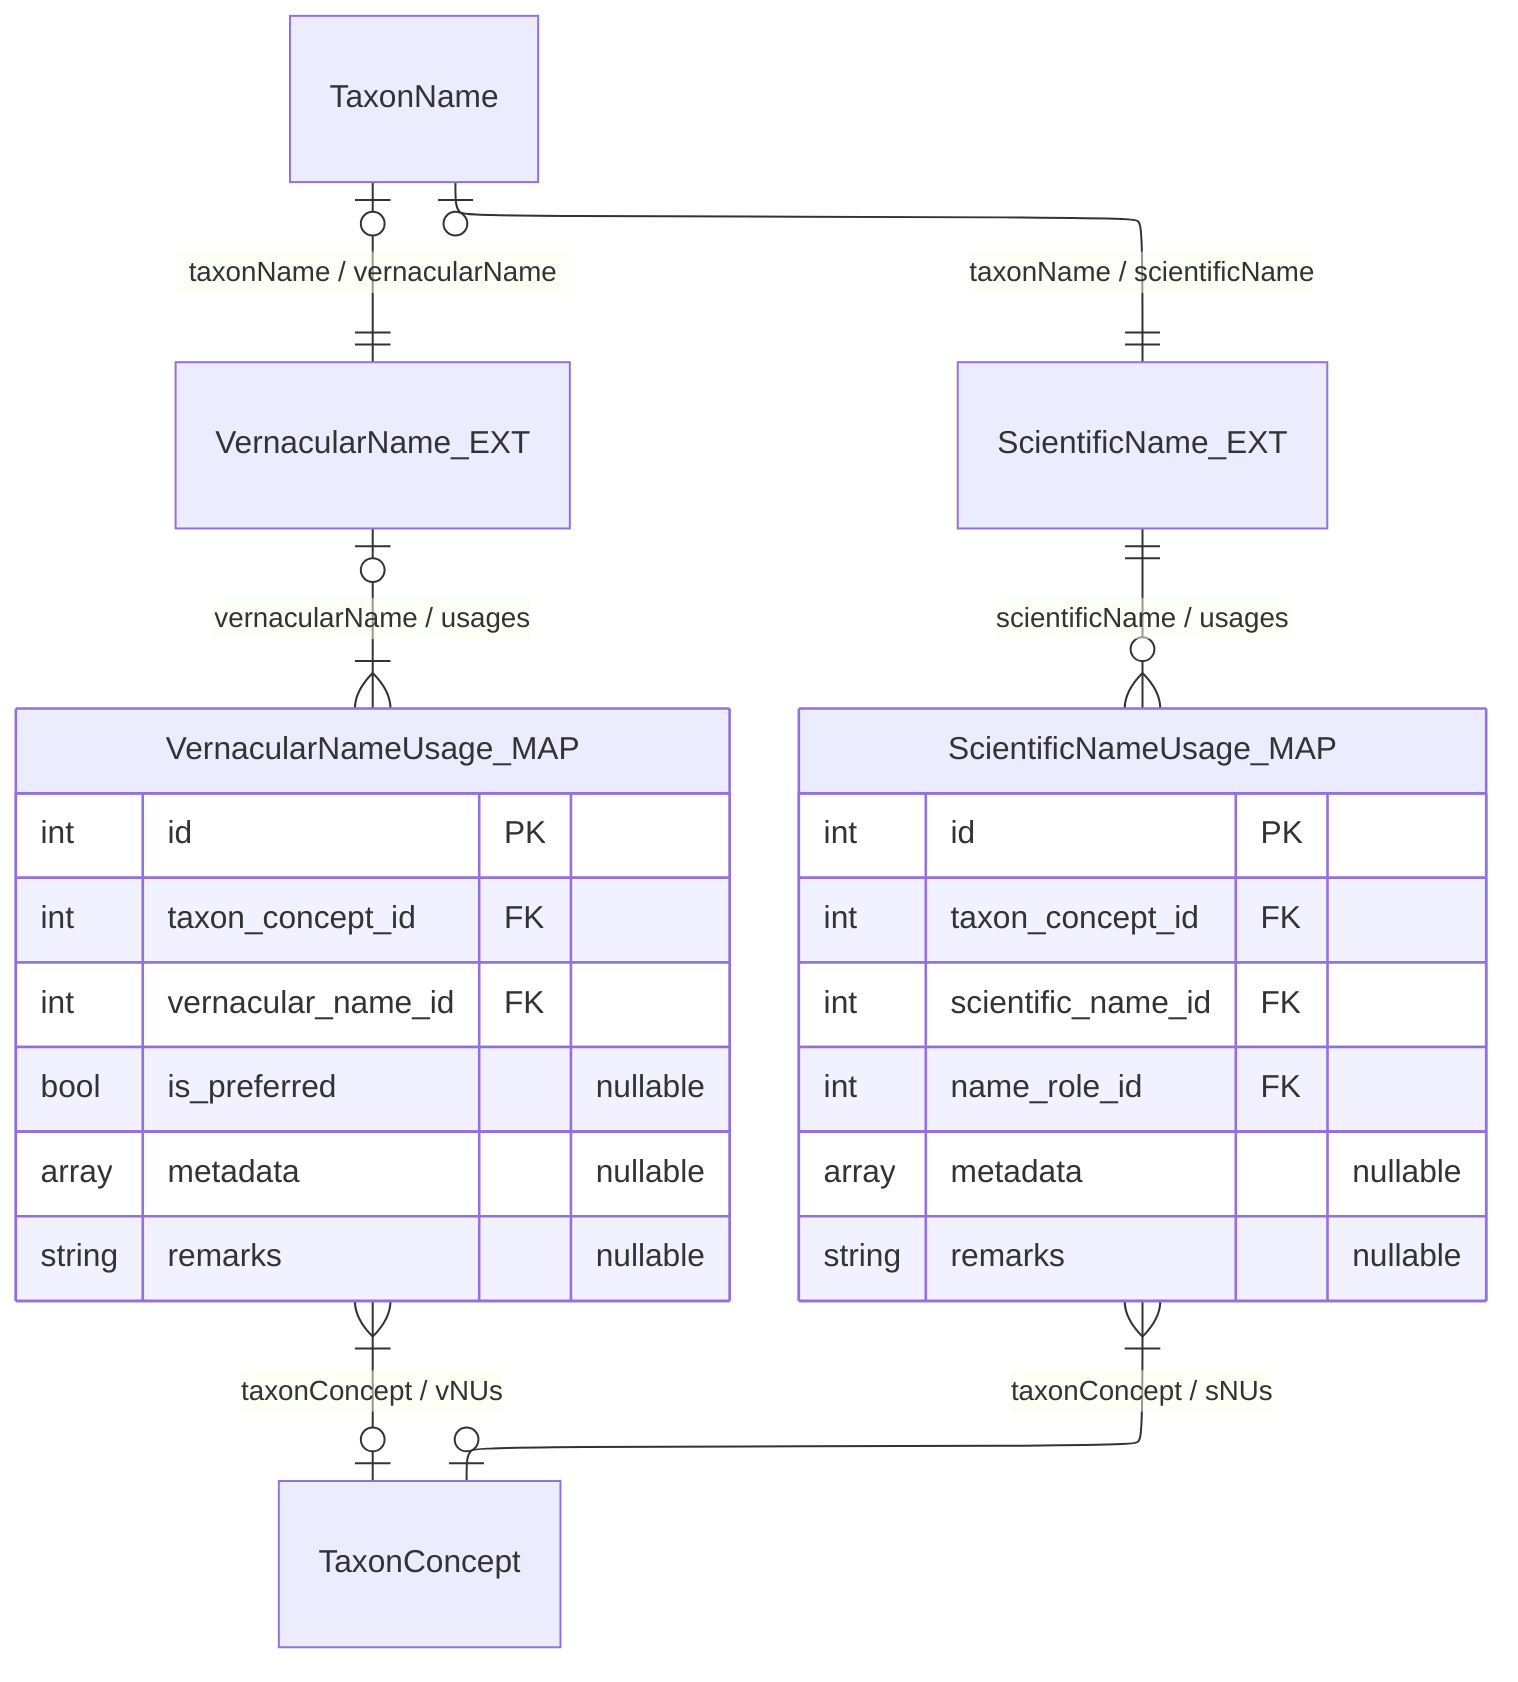
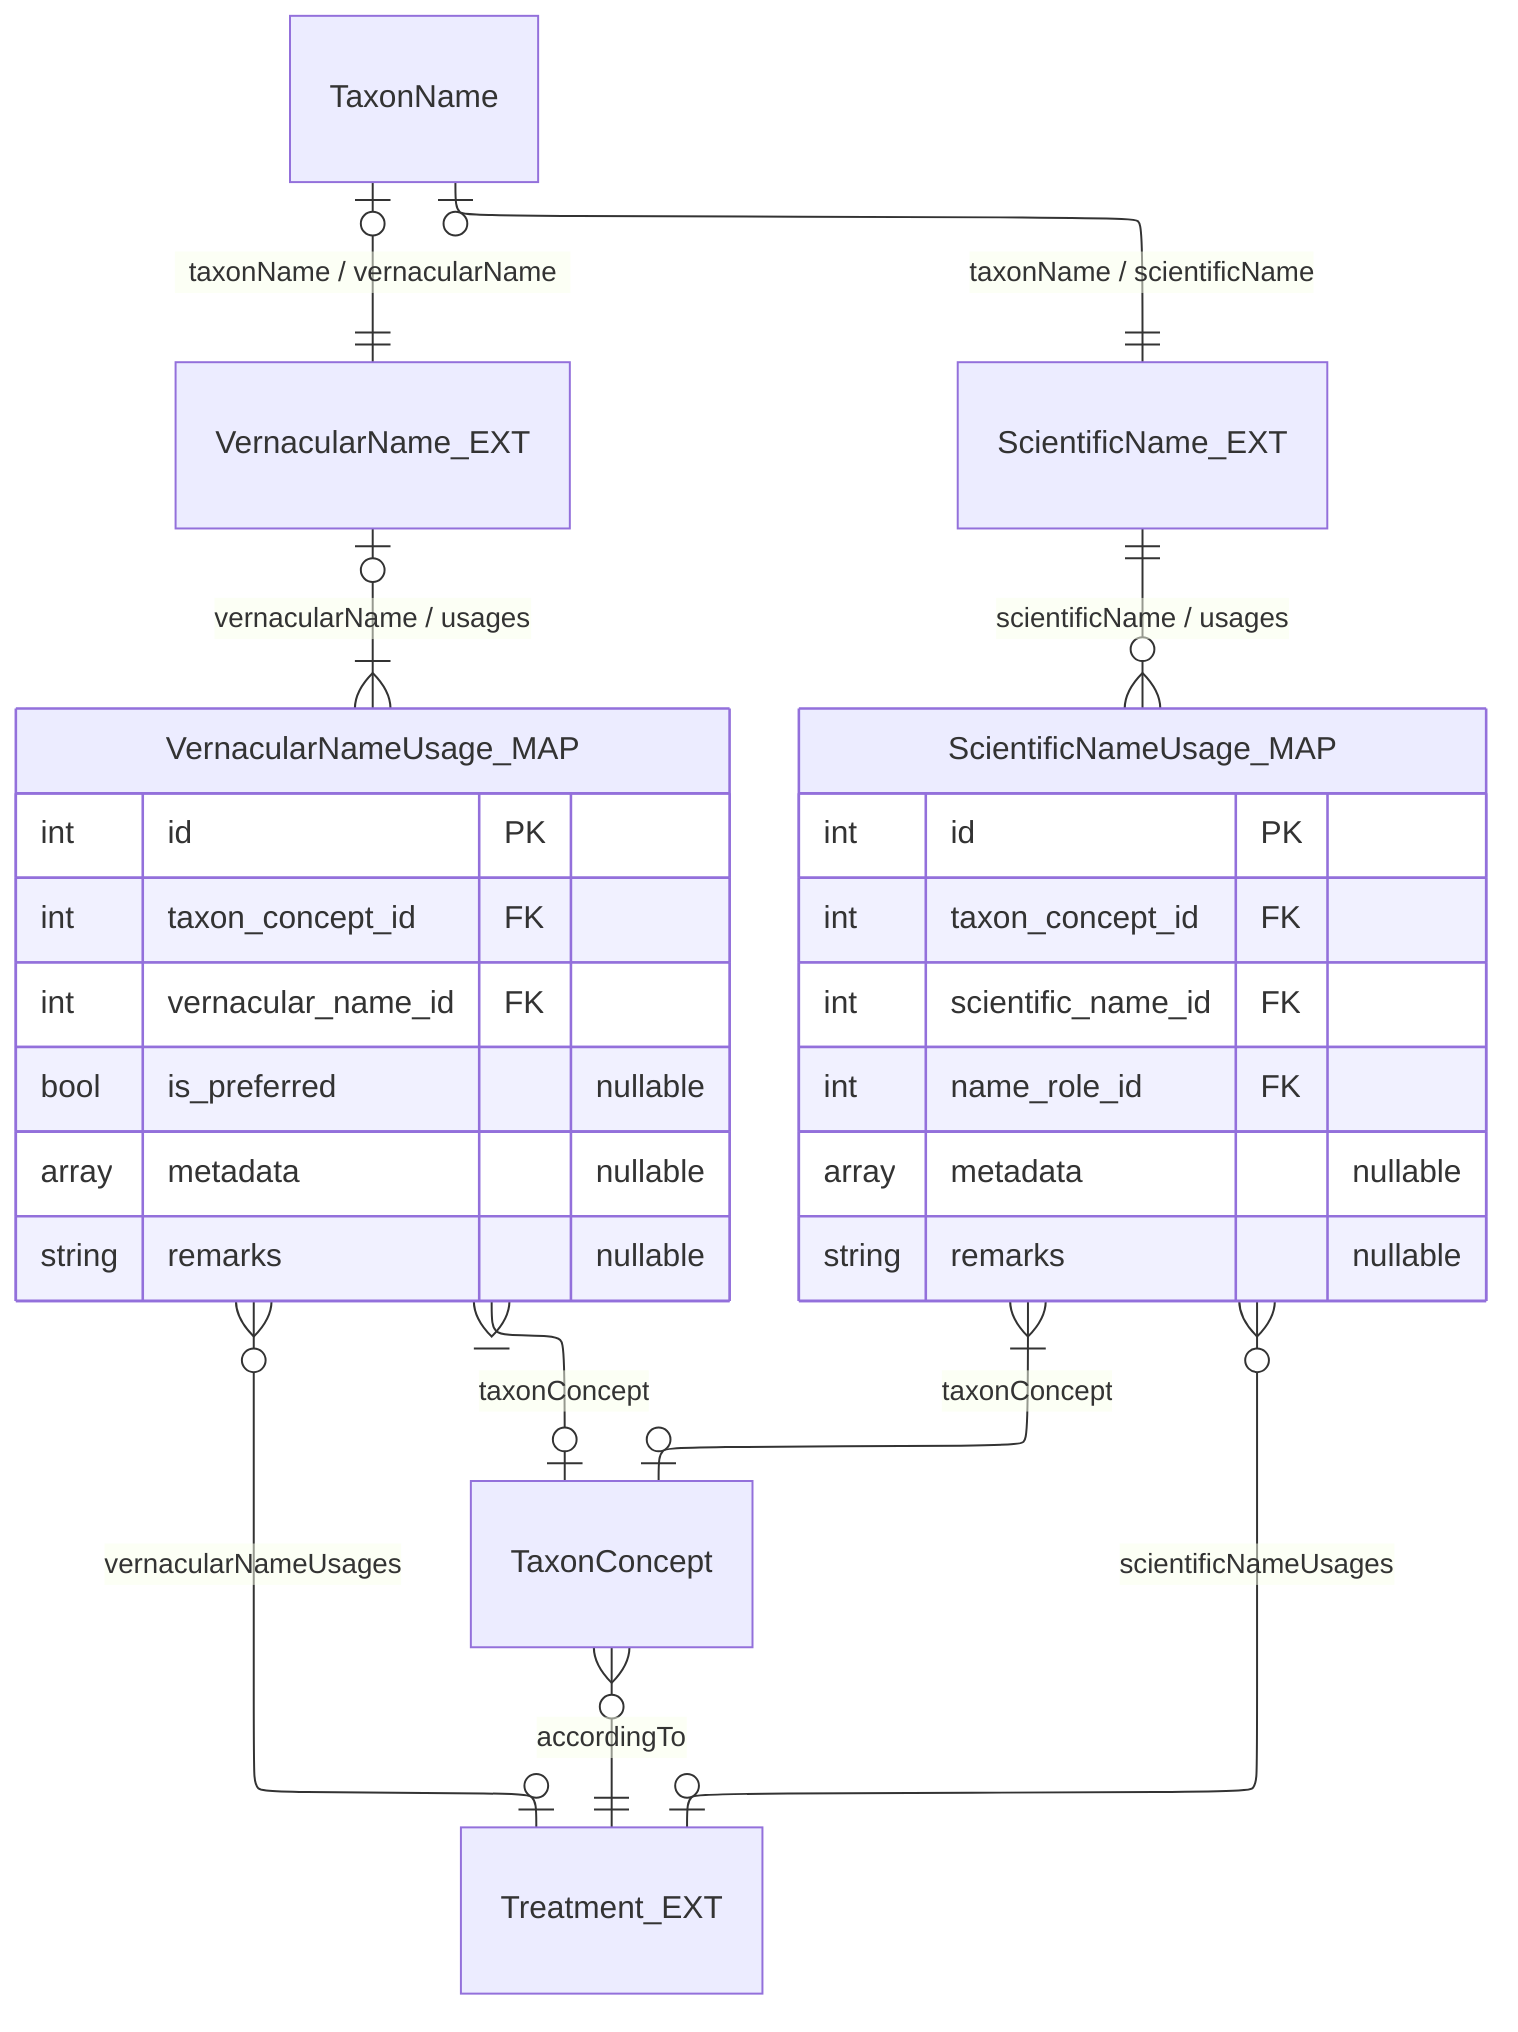
---
config:
  layout: elk
---
erDiagram
  TaxonName |o--|| VernacularName_EXT : "taxonName / vernacularName"
  VernacularName_EXT |o--|{ VernacularNameUsage_MAP : "vernacularName / usages"
-   VernacularNameUsage_MAP }|--o| TaxonConcept : "taxonConcept / vNUs"
+   VernacularNameUsage_MAP }|--o| TaxonConcept : "taxonConcept"

  TaxonName |o--|| ScientificName_EXT : "taxonName / scientificName"
  ScientificName_EXT ||--o{ ScientificNameUsage_MAP : "scientificName / usages"
-   ScientificNameUsage_MAP }|--o| TaxonConcept : "taxonConcept / sNUs"
+   ScientificNameUsage_MAP }|--o| TaxonConcept : "taxonConcept"
+ 
+   ScientificNameUsage_MAP }o--o| Treatment_EXT : "scientificNameUsages"
+   VernacularNameUsage_MAP }o--o| Treatment_EXT : "vernacularNameUsages"
+ 
+   TaxonConcept }o--|| Treatment_EXT : "accordingTo"
+   %% TaxonConcept }|--o| Reference : "accordingTo"
+   %% Treatment_EXT ||--o| Reference : "reference"

  ScientificNameUsage_MAP {
    int id PK
    int taxon_concept_id FK
    int scientific_name_id FK
    int name_role_id FK
    array metadata "nullable"
    string remarks "nullable"
  }

  VernacularNameUsage_MAP {
    int id PK
    int taxon_concept_id FK
    int vernacular_name_id FK
    bool is_preferred "nullable"
    array metadata "nullable"
    string remarks "nullable"
  }
